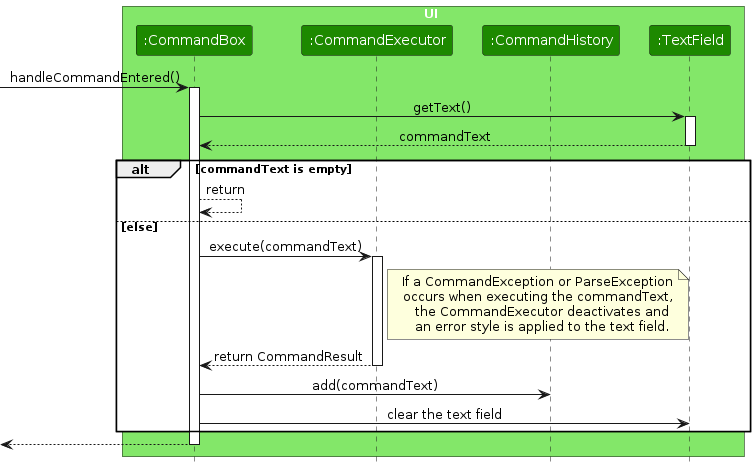
Before: diagrams/CommandBoxSequenceDiagram.png, a diagram exported from PlantUML (AY2425S1-CS2103T-F09-4/tp). Its source is kept beside it as diagrams/CommandBoxSequenceDiagram.puml.
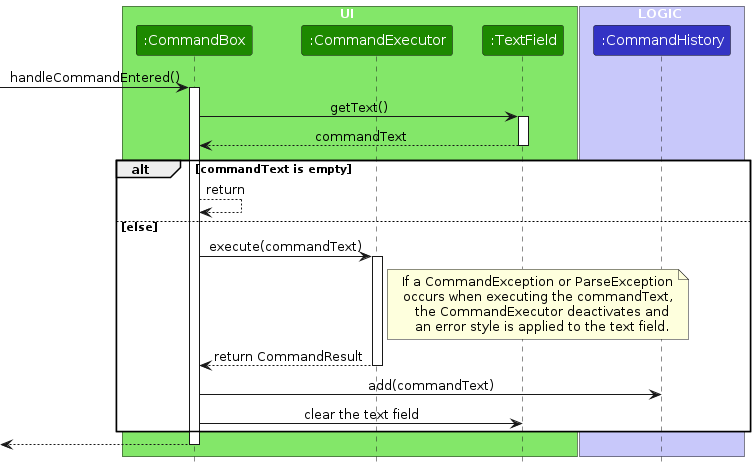
The same diagram one commit later.

Diff of the diagram source:
```diff
@@ -5,8 +5,11 @@
 box UI UI_COLOR_T1
 participant ":CommandBox" as CommandBox UI_COLOR
 participant ":CommandExecutor" as CommandExecutor UI_COLOR
-participant ":CommandHistory" as CommandHistory UI_COLOR
 participant ":TextField" as TextField UI_COLOR
+end box
+
+box LOGIC LOGIC_COLOR_T1
+participant ":CommandHistory" as CommandHistory LOGIC_COLOR
 end box
 
 
```
